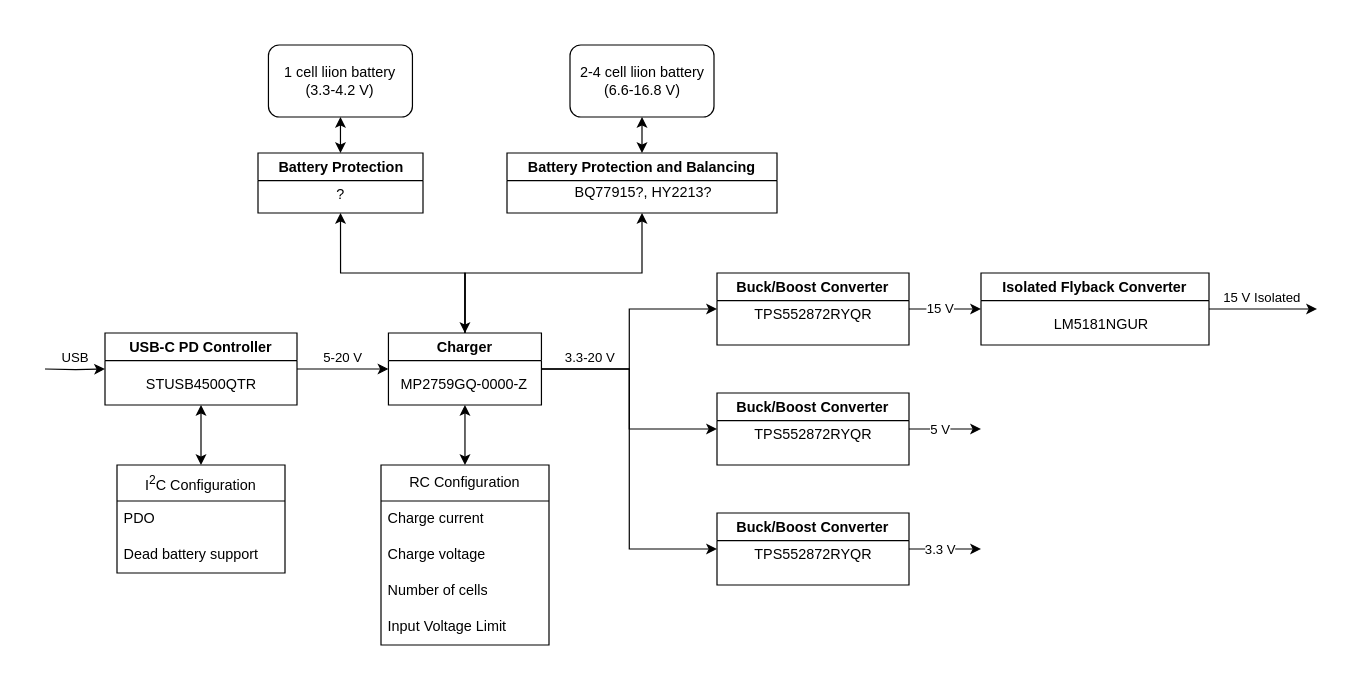
Earlier version of the draw.io diagram block_diagrams/power_supply.drawio (nicholasnloehrke/87s_research). Source tidied: cells renumbered, new cells numbered last; positions are measured from the earlier drawing's top-left corner, leaving out a move shared by most shapes. Both pictures are drawn from the tidied source at 120%, with x=0, y=0 at pixel (44, 44).
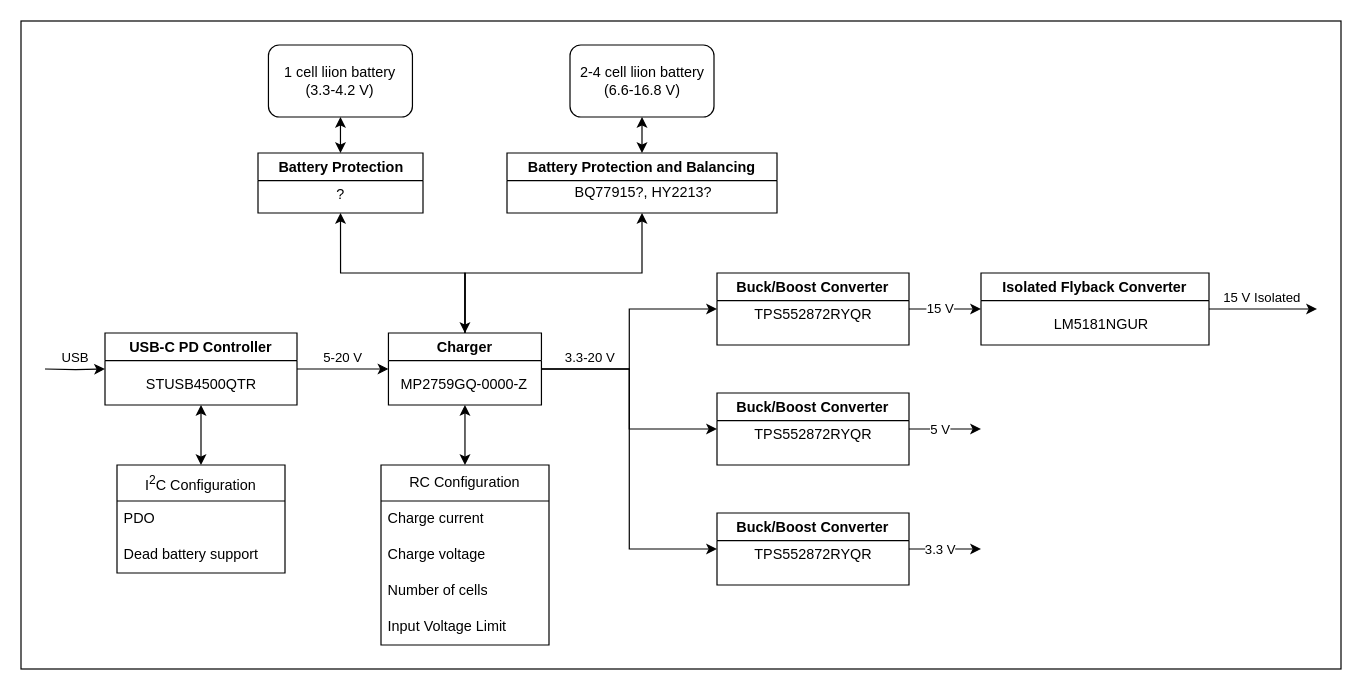
Above is the later version.

Commit message (it also covers changes not shown here):
updated block diagram PNGs

The edit, as a diff of the source:
```diff
@@
-<mxGraphModel>
+<mxGraphModel background="#ffffff">
@@
+    <mxCell id="51" style="rounded=0;whiteSpace=wrap;html=1;fillColor=none;" parent="1" vertex="1">
+      <mxGeometry x="-20" y="-20" width="1100" height="540" as="geometry" />
+    </mxCell>
```
